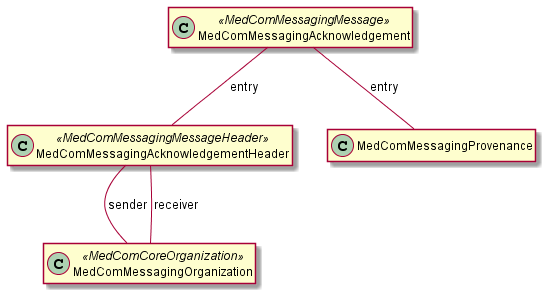
Before: input/images/MedComAcknowledgementMessage.png, a diagram exported from PlantUML (medcomdk/dk-medcom-acknowledgement). The source it was exported from:
```plantuml
@startuml MedComMessagingAcknowledgement

hide empty members

class "MedComMessagingAcknowledgement" as message <<MedComMessagingMessage>>
class "MedComMessagingAcknowledgementHeader" as messageHeader <<MedComMessagingMessageHeader>>
class "MedComMessagingOrganization"  as organization <<MedComCoreOrganization>>
class "MedComMessagingProvenance" as provenance

message -- messageHeader : "entry"
message -- provenance : "entry"

messageHeader -- organization : "sender"
messageHeader -- organization : "receiver"

@enduml
```
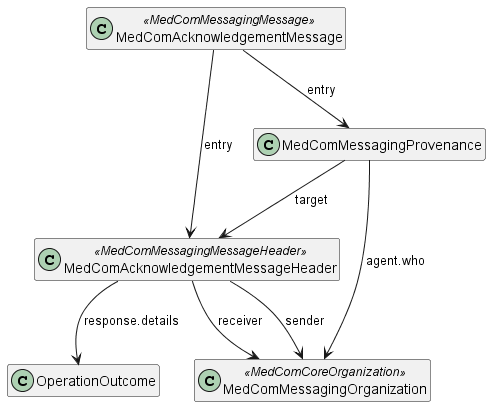
Above is the later version.

What changed in the source:
```diff
@@ -1,16 +1,19 @@
-@startuml MedComMessagingAcknowledgement
+@startuml Acknowledgement
 
 hide empty members
 
-class "MedComMessagingAcknowledgement" as message <<MedComMessagingMessage>>
-class "MedComMessagingAcknowledgementHeader" as messageHeader <<MedComMessagingMessageHeader>>
-class "MedComMessagingOrganization"  as organization <<MedComCoreOrganization>>
+class "MedComAcknowledgementMessage" as message <<MedComMessagingMessage>>
+class "MedComAcknowledgementMessageHeader" as messageHeader <<MedComMessagingMessageHeader>>
+class "MedComMessagingOrganization" as organization <<MedComCoreOrganization>>
 class "MedComMessagingProvenance" as provenance
+class "OperationOutcome" as outcome
 
-message -- messageHeader : "entry"
-message -- provenance : "entry"
+message --> messageHeader : "entry"
+message --> provenance : "entry"
+provenance --> messageHeader : "target"
+provenance --> organization : "agent.who"
 
-messageHeader -- organization : "sender"
-messageHeader -- organization : "receiver"
-
+messageHeader --> organization : "sender"
+messageHeader --> organization : "receiver"
+messageHeader --> outcome : "response.details"
 @enduml
```
